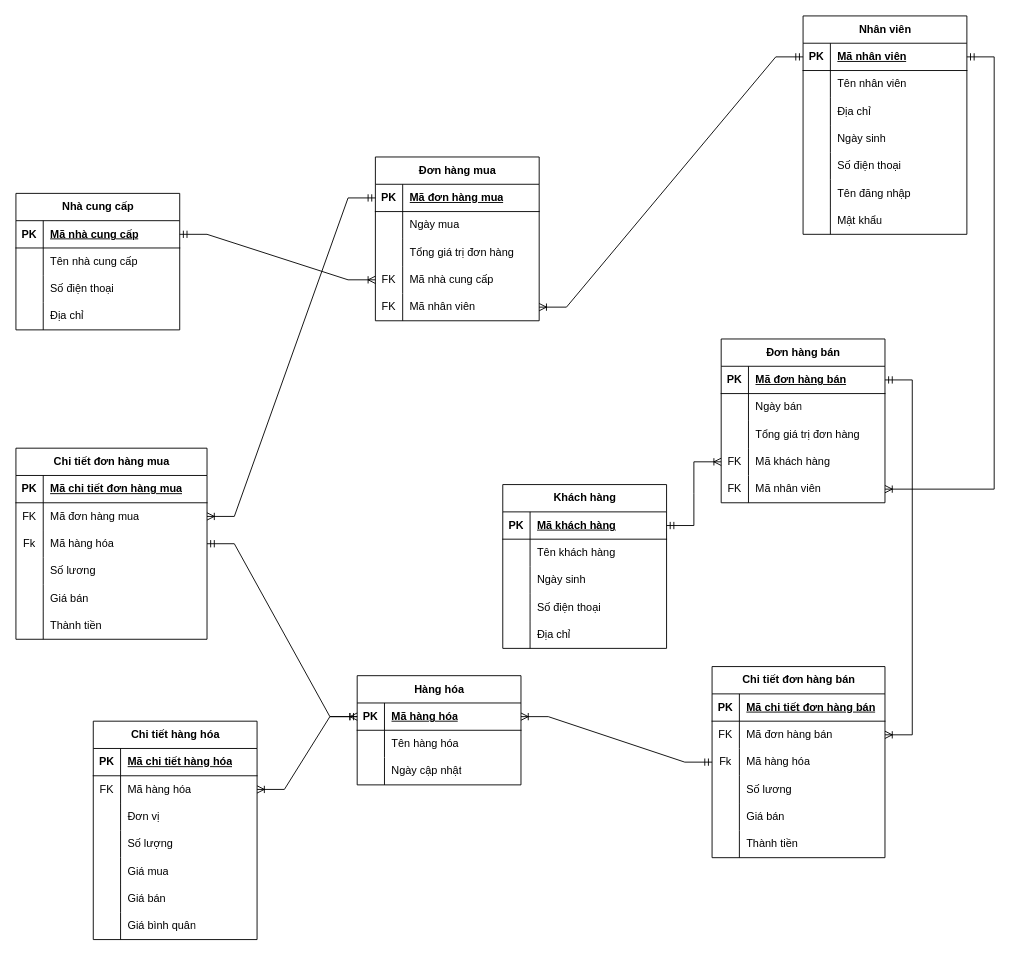
This is DBI202x/Asm/DBI202x_asm3_thonglhfx22724@funix.edu.vn/asm_ERD.drawio from HuyThong94/Funix, a draw.io file, before an edit. Source tidied: cells renumbered, new cells numbered last; positions are measured from the earlier drawing's top-left corner, leaving out a move shared by most shapes. Both pictures are drawn from the tidied source at 91%, with x=0, y=0 at pixel (15, 15).
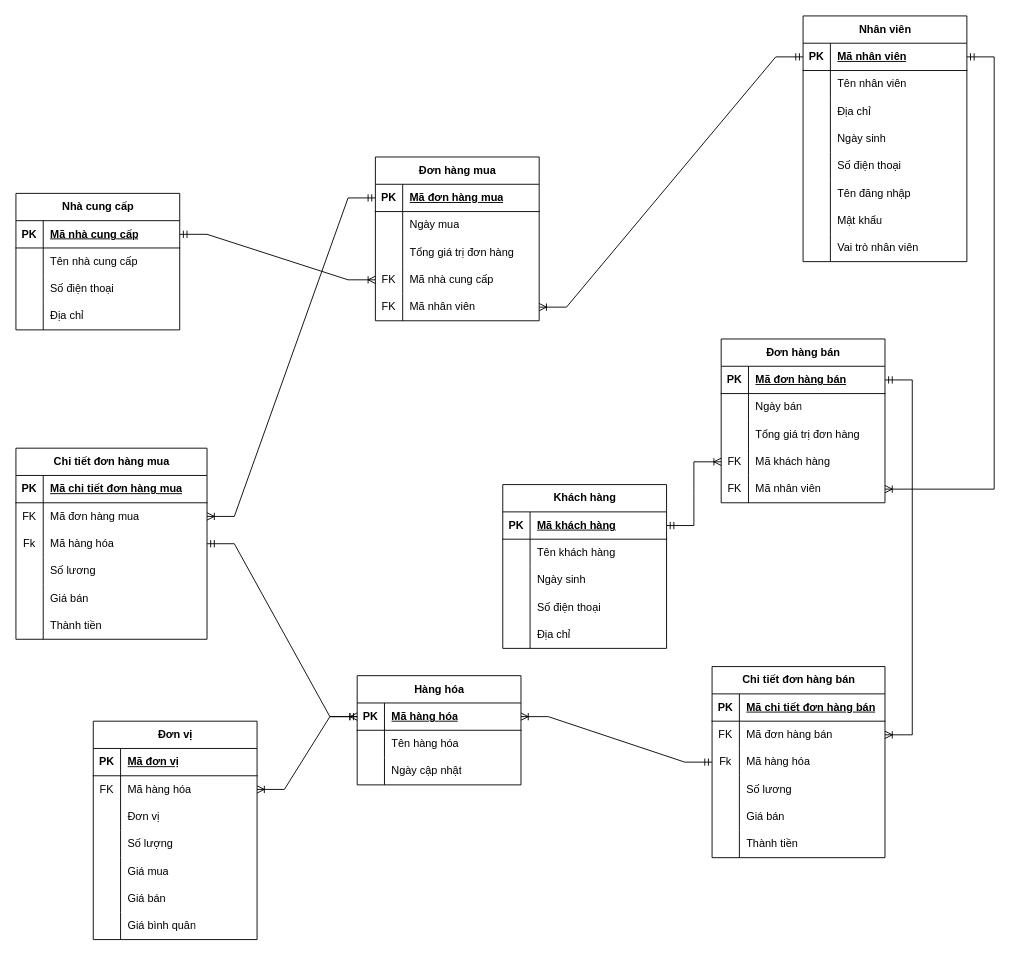
After the change.

Unchanged cells that the change refers to:
```xml
<mxCell id="13" style="shape=tableRow;horizontal=0;startSize=0;swimlaneHead=0;swimlaneBody=0;fillColor=none;top=0;left=0;right=0;bottom=1;" parent="12" vertex="1">
  <mxGeometry y="30" width="180" height="30" as="geometry" />
</mxCell>
```

Change to the diagram source:
```diff
@@
-    <mxCell id="12" value="Chi tiết hàng hóa" style="shape=table;startSize=30;childLayout=tableLayout;rowLines=0;fontStyle=1;align=center;html=1;" parent="1" vertex="1">
+    <mxCell id="12" value="Đơn vị" style="shape=table;startSize=30;childLayout=tableLayout;rowLines=0;fontStyle=1;align=center;html=1;" parent="1" vertex="1">
       <mxGeometry x="85" y="775" width="180" height="240" as="geometry" />
     </mxCell>
@@
-    <mxCell id="15" value="Mã chi tiết hàng hóa" style="shape=partialRectangle;fillColor=none;top=0;left=0;bottom=0;right=0;align=left;spacingLeft=6;fontStyle=5;overflow=hidden;whiteSpace=wrap;html=1;" parent="13" vertex="1">
+    <mxCell id="15" value="Mã đơn vị" style="shape=partialRectangle;fillColor=none;top=0;left=0;bottom=0;right=0;align=left;spacingLeft=6;fontStyle=5;overflow=hidden;whiteSpace=wrap;html=1;" parent="13" vertex="1">
       <mxGeometry x="30" width="150" height="30" as="geometry" />
     </mxCell>
@@
     <mxCell id="34" value="Nhân viên" style="shape=table;startSize=30;childLayout=tableLayout;rowLines=0;fontStyle=1;align=center;html=1;" parent="1" vertex="1">
-      <mxGeometry x="865" width="180" height="240" as="geometry" />
+      <mxGeometry x="865" width="180" height="270" as="geometry" />
     </mxCell>
@@
+    <mxCell id="164" style="shape=tableRow;horizontal=0;startSize=0;swimlaneHead=0;swimlaneBody=0;fillColor=none;top=0;left=0;right=0;bottom=0;" parent="34" vertex="1">
+      <mxGeometry y="240" width="180" height="30" as="geometry" />
+    </mxCell>
+    <mxCell id="165" style="shape=partialRectangle;fillColor=none;top=0;left=0;bottom=0;right=0;overflow=hidden;whiteSpace=wrap;html=1;" parent="164" vertex="1">
+      <mxGeometry width="30" height="30" as="geometry" />
+    </mxCell>
+    <mxCell id="166" value="Vai trò nhân viên" style="shape=partialRectangle;fillColor=none;top=0;left=0;bottom=0;right=0;align=left;spacingLeft=6;overflow=hidden;whiteSpace=wrap;html=1;" parent="164" vertex="1">
+      <mxGeometry x="30" width="150" height="30" as="geometry" />
+    </mxCell>
```
